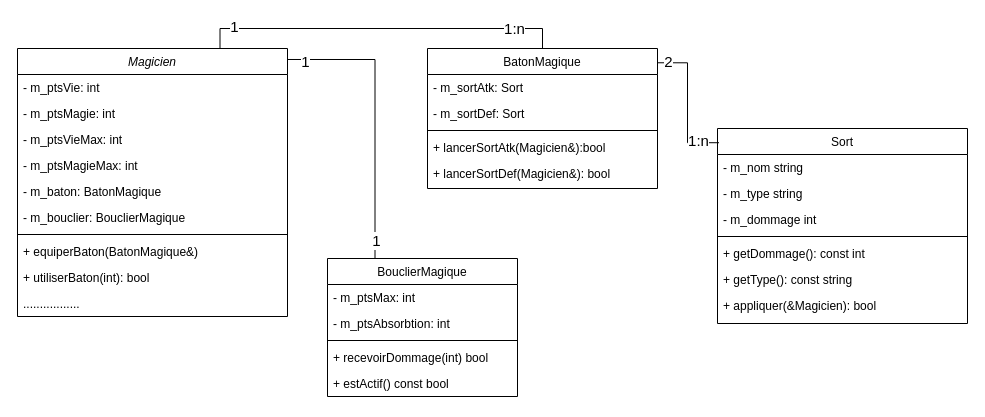
Earlier version of the draw.io diagram Diagramme.drawio (Izocel/tp1-formatif). Source tidied: cells renumbered, new cells numbered last; positions are measured from the earlier drawing's top-left corner, leaving out a move shared by most shapes. Both pictures are drawn from the tidied source at 100%, with x=0, y=0 at pixel (17, 48).
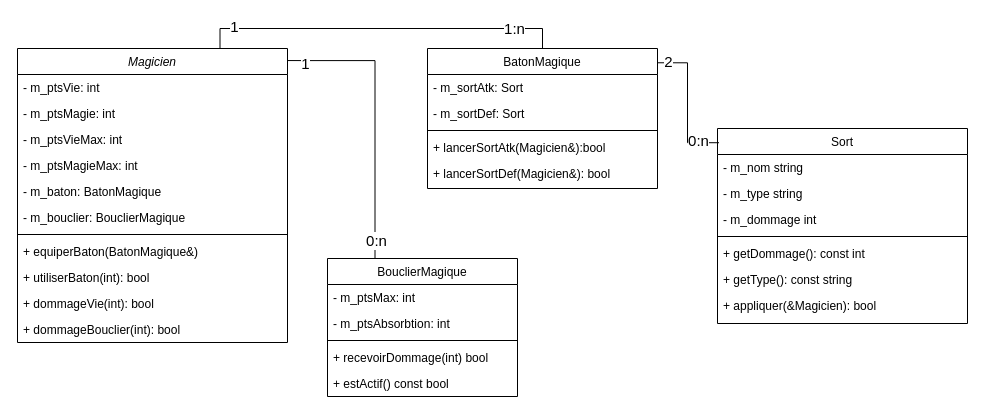
After the change.

The change refers to these unchanged cells:
```xml
<mxCell id="16" style="edgeStyle=orthogonalEdgeStyle;rounded=0;jettySize=auto;html=1;exitX=0.25;exitY=0;exitDx=0;exitDy=0;entryX=1;entryY=0.041;entryDx=0;entryDy=0;entryPerimeter=0;fontSize=15;endArrow=none;endFill=0;" parent="1" edge="1" source="19" target="5">
  <mxGeometry relative="1" as="geometry" />
</mxCell>
<mxCell id="39" style="edgeStyle=orthogonalEdgeStyle;rounded=0;jettySize=auto;html=1;exitX=1;exitY=0.102;exitDx=0;exitDy=0;entryX=0.006;entryY=0.073;entryDx=0;entryDy=0;entryPerimeter=0;fontSize=15;endArrow=none;endFill=0;exitPerimeter=0;" parent="1" edge="1" source="25" target="31">
  <mxGeometry relative="1" as="geometry" />
</mxCell>
```

The edit, as a diff of the source:
```diff
@@
     <mxCell id="5" value="Magicien" style="swimlane;fontStyle=2;align=center;verticalAlign=top;horizontal=1;startSize=26;rounded=0;shadow=0;strokeWidth=1;" parent="1" vertex="1">
-      <mxGeometry width="270" height="268" as="geometry" />
+      <mxGeometry width="270" height="294" as="geometry" />
     </mxCell>
@@
-    <mxCell id="15" value="................." style="text;align=left;verticalAlign=top;spacingLeft=4;spacingRight=4;overflow=hidden;" parent="5" vertex="1">
+    <mxCell id="15" value="+ dommageVie(int): bool" style="text;align=left;verticalAlign=top;spacingLeft=4;spacingRight=4;overflow=hidden;" parent="5" vertex="1">
       <mxGeometry y="242" width="270" height="26" as="geometry" />
     </mxCell>
+    <mxCell id="42" value="+ dommageBouclier(int): bool" style="text;align=left;verticalAlign=top;spacingLeft=4;spacingRight=4;overflow=hidden;" parent="5" vertex="1">
+      <mxGeometry y="268" width="270" height="26" as="geometry" />
+    </mxCell>
@@
-    <mxCell id="18" value="1" style="edgeLabel;html=1;align=center;verticalAlign=middle;fontSize=15;" parent="16" vertex="1">
+    <mxCell id="18" value="0:n" style="edgeLabel;html=1;align=center;verticalAlign=middle;fontSize=15;" parent="16" vertex="1">
       <mxGeometry x="-0.87" relative="1" as="geometry">
         <mxPoint x="1" as="offset" />
       </mxGeometry>
     </mxCell>
@@
-    <mxCell id="40" value="1:n" style="edgeLabel;html=1;align=center;verticalAlign=middle;fontSize=15;" parent="39" vertex="1">
+    <mxCell id="40" value="0:n" style="edgeLabel;html=1;align=center;verticalAlign=middle;fontSize=15;" parent="39" vertex="1">
       <mxGeometry x="0.6" y="-1" relative="1" as="geometry">
         <mxPoint x="7" y="-4" as="offset" />
       </mxGeometry>
     </mxCell>
```
